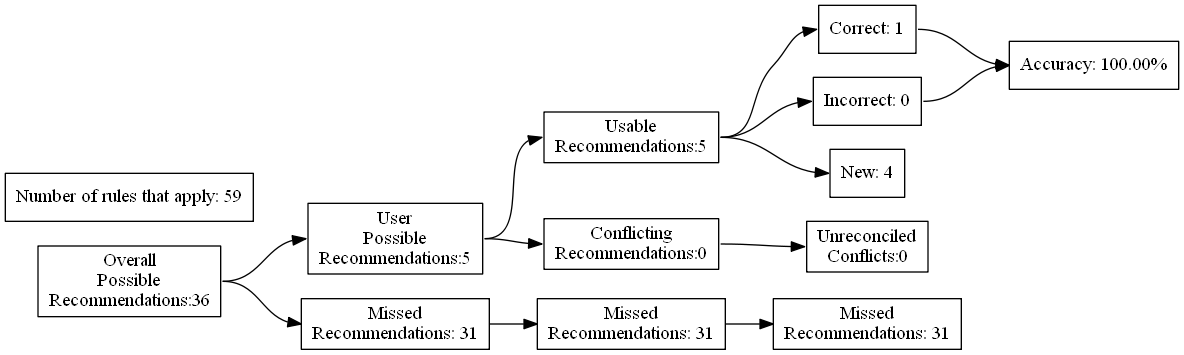
Earlier version of the Graphviz export test_renders/87.gv.png (ZaxR/ibd_diet_analysis). Its source is kept beside it as test_renders/87.gv. Source of this version:
```dot
digraph {
	graph [rankdir=LR]
	node [pos=r shape=box]
	edge [headport=w tailport=e]
		A [label="Overall
Possible
Recommendations:36"]
		B [label="User
Possible
Recommendations:5"]
		C [label="Missed
Recommendations: 31"]
		D [label="Usable
Recommendations:5"]
		E [label="Conflicting
Recommendations:0"]
		J [label="Missed
Recommendations: 31"]
		M [label="Unreconciled
Conflicts:0"]
		F [label="Correct: 1"]
		G [label="Incorrect: 0"]
		H [label="New: 4"]
		K [label="Missed
Recommendations: 31"]
		I [label="Accuracy: 100.00%"]
		l [label="Number of rules that apply: 59"]
			A -> B
			A -> C
			B -> D
			B -> E
			D -> F
			D -> G
			D -> H
			F -> I
			G -> I
			C -> J
			J -> K
			E -> M
}
```
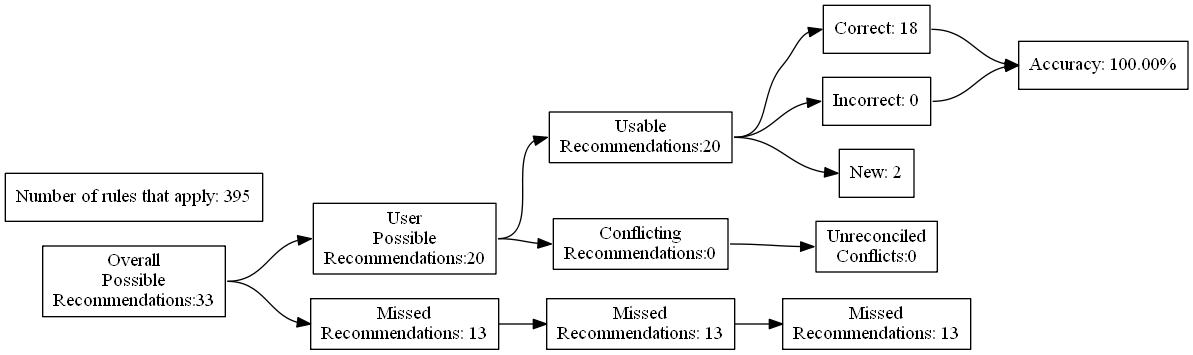
The same file after the commit.

Diff of the diagram source:
```diff
@@ -4,27 +4,27 @@
 	edge [headport=w tailport=e]
 		A [label="Overall
 Possible
-Recommendations:36"]
+Recommendations:33"]
 		B [label="User
 Possible
-Recommendations:5"]
+Recommendations:20"]
 		C [label="Missed
-Recommendations: 31"]
+Recommendations: 13"]
 		D [label="Usable
-Recommendations:5"]
+Recommendations:20"]
 		E [label="Conflicting
 Recommendations:0"]
 		J [label="Missed
-Recommendations: 31"]
+Recommendations: 13"]
 		M [label="Unreconciled
 Conflicts:0"]
-		F [label="Correct: 1"]
+		F [label="Correct: 18"]
 		G [label="Incorrect: 0"]
-		H [label="New: 4"]
+		H [label="New: 2"]
 		K [label="Missed
-Recommendations: 31"]
+Recommendations: 13"]
 		I [label="Accuracy: 100.00%"]
-		l [label="Number of rules that apply: 59"]
+		l [label="Number of rules that apply: 395"]
 			A -> B
 			A -> C
 			B -> D
```
